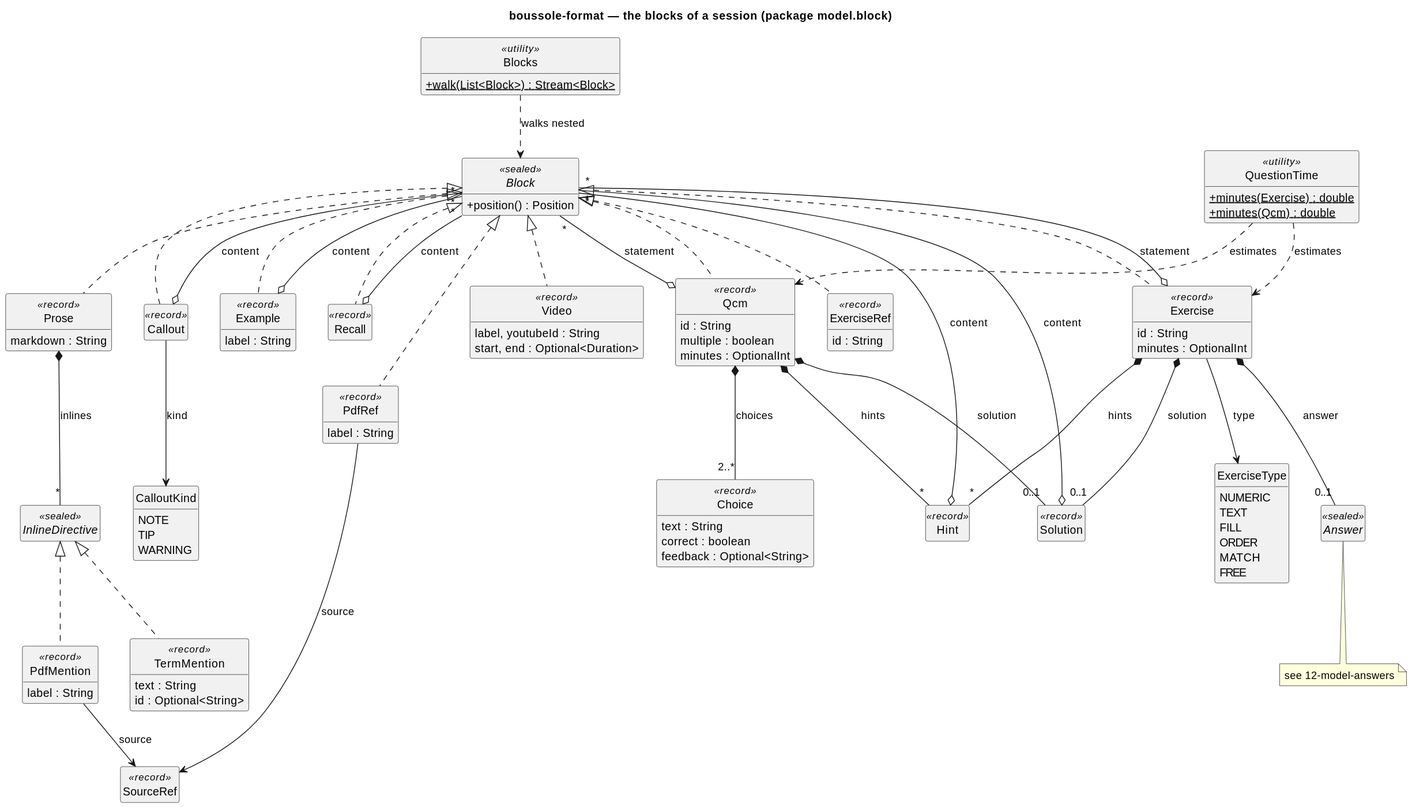
lucasssoh/Boussole keeps this PlantUML diagram as docs/diagrams/11-model-blocks.svg. Above is the earlier version.
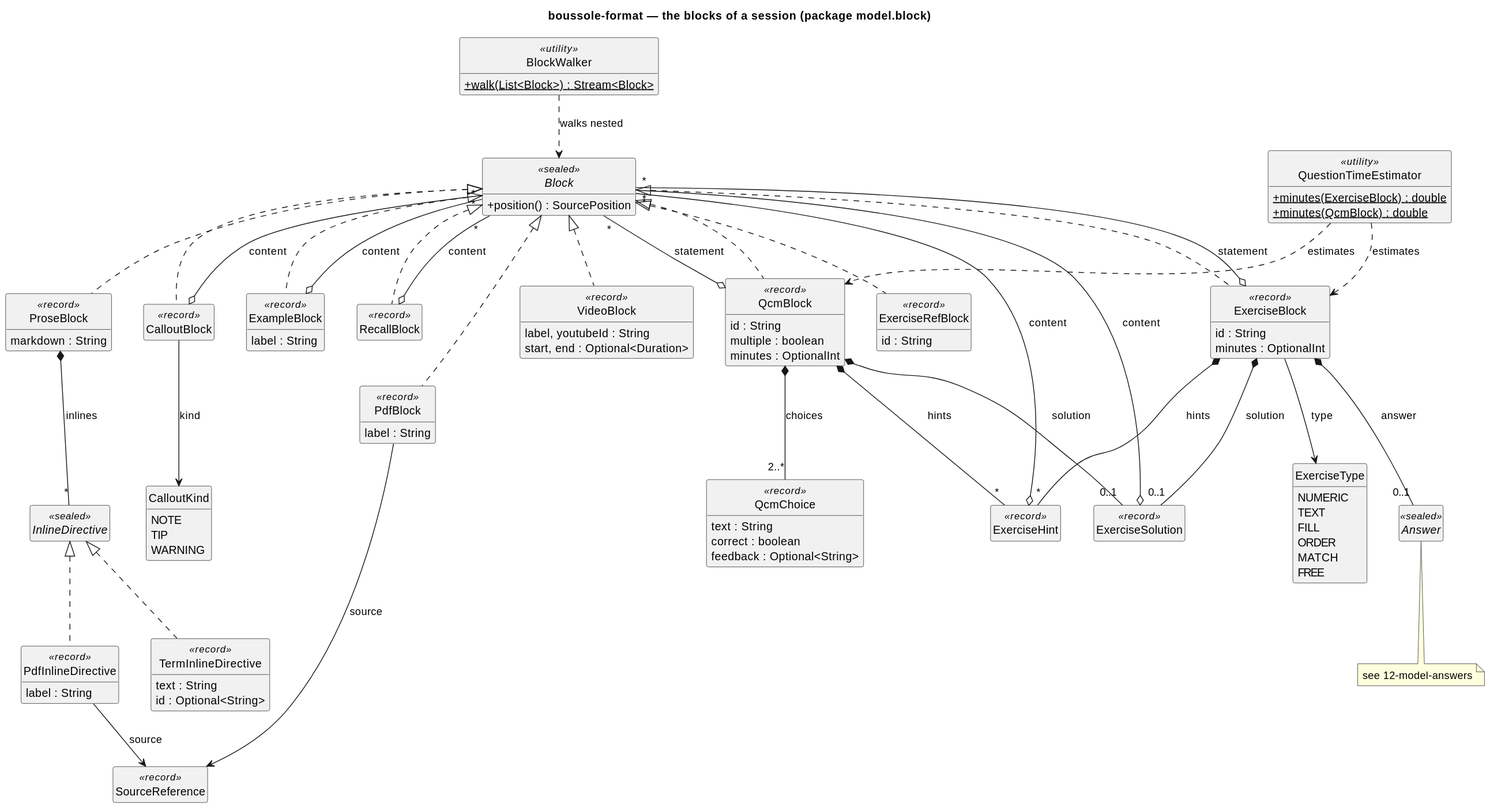
After the change.

The edit, as a diff of the source:
```diff
@@ -8,37 +8,37 @@
 title boussole-format — the blocks of a session (package model.block)
 
 interface Block <<sealed>> {
-  +position() : Position
+  +position() : SourcePosition
 }
-class Prose <<record>> {
+class ProseBlock <<record>> {
   markdown : String
 }
 interface InlineDirective <<sealed>>
-class TermMention <<record>> {
+class TermInlineDirective <<record>> {
   text : String
   id : Optional<String>
 }
-class PdfMention <<record>> {
+class PdfInlineDirective <<record>> {
   label : String
 }
-class Example <<record>> {
+class ExampleBlock <<record>> {
   label : String
 }
-class Recall <<record>>
-class Callout <<record>>
+class RecallBlock <<record>>
+class CalloutBlock <<record>>
 enum CalloutKind {
   NOTE
   TIP
   WARNING
 }
-class Video <<record>> {
+class VideoBlock <<record>> {
   label, youtubeId : String
   start, end : Optional<Duration>
 }
-class PdfRef <<record>> {
+class PdfBlock <<record>> {
   label : String
 }
-class Exercise <<record>> {
+class ExerciseBlock <<record>> {
   id : String
   minutes : OptionalInt
 }
@@ -50,66 +50,66 @@
   MATCH
   FREE
 }
-class Qcm <<record>> {
+class QcmBlock <<record>> {
   id : String
   multiple : boolean
   minutes : OptionalInt
 }
-class Choice <<record>> {
+class QcmChoice <<record>> {
   text : String
   correct : boolean
   feedback : Optional<String>
 }
-class Hint <<record>>
-class Solution <<record>>
-class ExerciseRef <<record>> {
+class ExerciseHint <<record>>
+class ExerciseSolution <<record>>
+class ExerciseRefBlock <<record>> {
   id : String
 }
-class Blocks <<utility>> {
+class BlockWalker <<utility>> {
   +{static} walk(List<Block>) : Stream<Block>
 }
-class QuestionTime <<utility>> {
-  +{static} minutes(Exercise) : double
-  +{static} minutes(Qcm) : double
+class QuestionTimeEstimator <<utility>> {
+  +{static} minutes(ExerciseBlock) : double
+  +{static} minutes(QcmBlock) : double
 }
-class SourceRef <<record>>
+class SourceReference <<record>>
 interface Answer <<sealed>>
 note bottom of Answer : see 12-model-answers
 
-Block <|.. Prose
-Block <|.. Example
-Block <|.. Recall
-Block <|.. Callout
-Block <|.. Video
-Block <|.. PdfRef
-Block <|.. Exercise
-Block <|.. Qcm
-Block <|.. ExerciseRef
+Block <|.. ProseBlock
+Block <|.. ExampleBlock
+Block <|.. RecallBlock
+Block <|.. CalloutBlock
+Block <|.. VideoBlock
+Block <|.. PdfBlock
+Block <|.. ExerciseBlock
+Block <|.. QcmBlock
+Block <|.. ExerciseRefBlock
 
-Prose *-- "*" InlineDirective : inlines
-InlineDirective <|.. TermMention
-InlineDirective <|.. PdfMention
-PdfMention --> SourceRef : source
-PdfRef --> SourceRef : source
+ProseBlock *-- "*" InlineDirective : inlines
+InlineDirective <|.. TermInlineDirective
+InlineDirective <|.. PdfInlineDirective
+PdfInlineDirective --> SourceReference : source
+PdfBlock --> SourceReference : source
 
-Example o-- "*" Block : content
-Recall o-- "*" Block : content
-Callout o-- "*" Block : content
-Callout --> CalloutKind : kind
+ExampleBlock o-- "*" Block : content
+RecallBlock o-- "*" Block : content
+CalloutBlock o-- "*" Block : content
+CalloutBlock --> CalloutKind : kind
 
-Exercise --> ExerciseType : type
-Exercise o-- "*" Block : statement
-Exercise *-- "0..1" Answer : answer
-Exercise *-- "*" Hint : hints
-Exercise *-- "0..1" Solution : solution
-Qcm o-- "*" Block : statement
-Qcm *-- "2..*" Choice : choices
-Qcm *-- "*" Hint : hints
-Qcm *-- "0..1" Solution : solution
-Hint o-- "*" Block : content
-Solution o-- "*" Block : content
+ExerciseBlock --> ExerciseType : type
+ExerciseBlock o-- "*" Block : statement
+ExerciseBlock *-- "0..1" Answer : answer
+ExerciseBlock *-- "*" ExerciseHint : hints
+ExerciseBlock *-- "0..1" ExerciseSolution : solution
+QcmBlock o-- "*" Block : statement
+QcmBlock *-- "2..*" QcmChoice : choices
+QcmBlock *-- "*" ExerciseHint : hints
+QcmBlock *-- "0..1" ExerciseSolution : solution
+ExerciseHint o-- "*" Block : content
+ExerciseSolution o-- "*" Block : content
 
-Blocks ..> Block : walks nested
-QuestionTime ..> Exercise : estimates
-QuestionTime ..> Qcm : estimates
+BlockWalker ..> Block : walks nested
+QuestionTimeEstimator ..> ExerciseBlock : estimates
+QuestionTimeEstimator ..> QcmBlock : estimates
 @enduml
```
